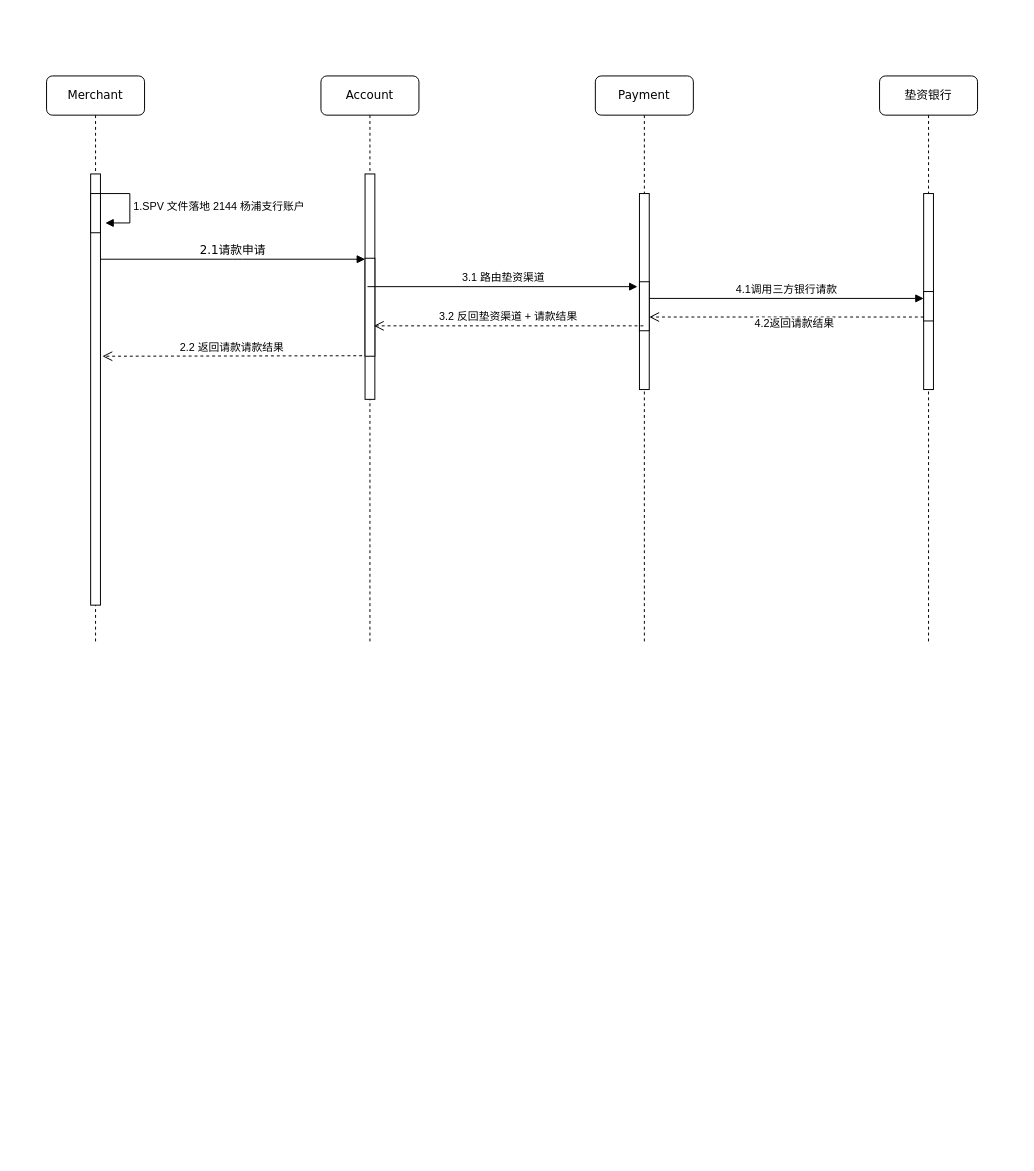
Before: 北京银行垫资调整.drawio in cuiqian-006/drawio, a draw.io diagram. Source tidied: cells renumbered, new cells numbered last; positions are measured from the earlier drawing's top-left corner, leaving out a move shared by most shapes. Both pictures are drawn from the tidied source at 98%, with x=0, y=0 at pixel (46, 75).
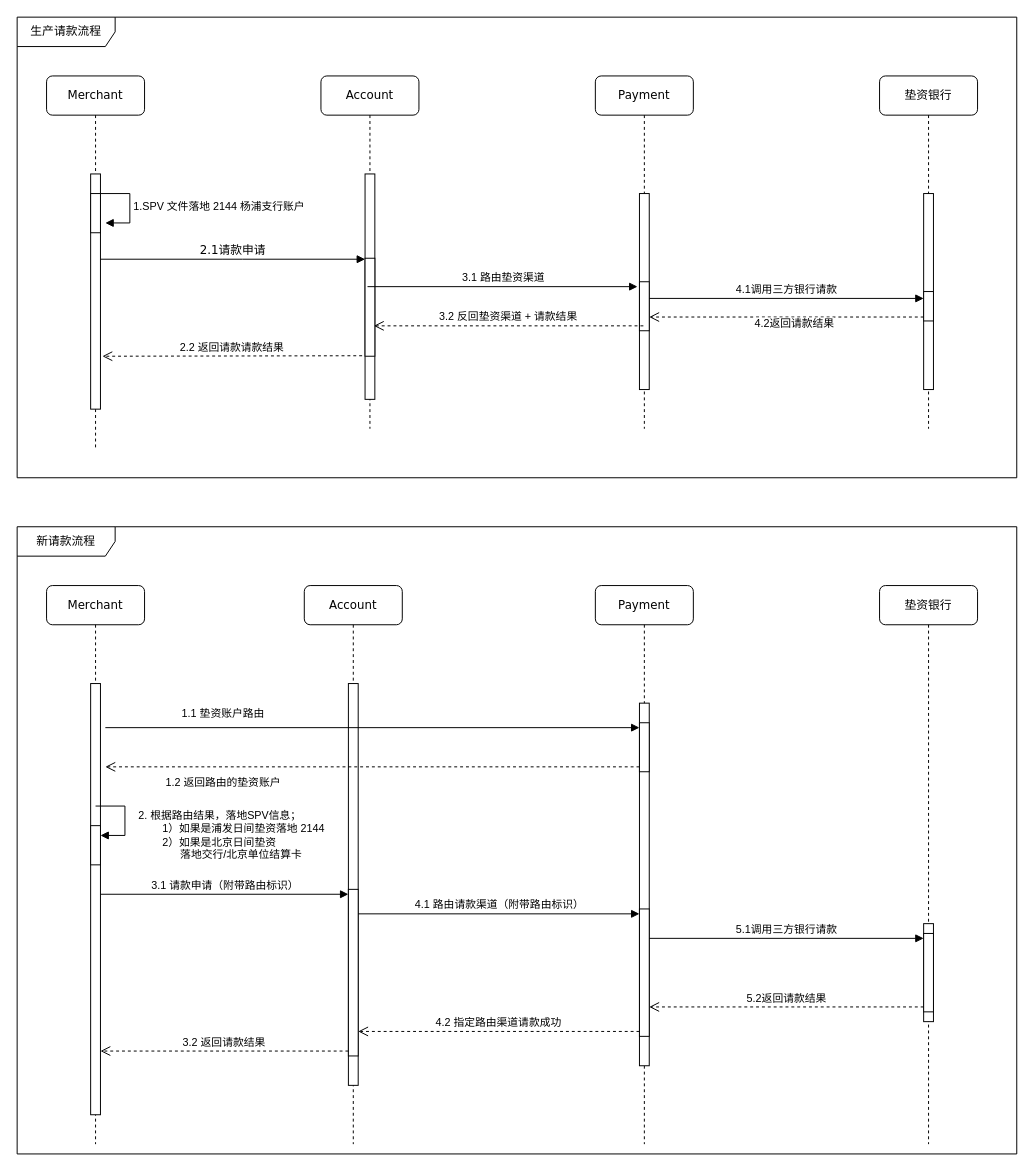
The same page after the edit.

Commit message (it also covers changes not shown here):
更新北京银行垫资调整.drawio

Diff of the diagram source:
```diff
@@
     <mxCell id="2" value="Account" style="shape=umlLifeline;perimeter=lifelinePerimeter;whiteSpace=wrap;html=1;rounded=1;shadow=0;comic=0;labelBackgroundColor=none;strokeWidth=1;fontFamily=Verdana;fontSize=12;align=center;" parent="1" vertex="1">
-      <mxGeometry x="280" width="100" height="580" as="geometry" />
+      <mxGeometry x="280" width="100" height="360" as="geometry" />
     </mxCell>
@@
     <mxCell id="5" value="Payment" style="shape=umlLifeline;perimeter=lifelinePerimeter;whiteSpace=wrap;html=1;rounded=1;shadow=0;comic=0;labelBackgroundColor=none;strokeWidth=1;fontFamily=Verdana;fontSize=12;align=center;" parent="1" vertex="1">
-      <mxGeometry x="560" width="100" height="580" as="geometry" />
+      <mxGeometry x="560" width="100" height="360" as="geometry" />
     </mxCell>
@@
     <mxCell id="8" value="Merchant" style="shape=umlLifeline;perimeter=lifelinePerimeter;whiteSpace=wrap;html=1;rounded=1;shadow=0;comic=0;labelBackgroundColor=none;strokeWidth=1;fontFamily=Verdana;fontSize=12;align=center;" parent="1" vertex="1">
-      <mxGeometry width="100" height="580" as="geometry" />
+      <mxGeometry width="100" height="380" as="geometry" />
     </mxCell>
     <mxCell id="9" style="html=1;perimeter=orthogonalPerimeter;rounded=0;shadow=0;comic=0;labelBackgroundColor=none;strokeWidth=1;fontFamily=Verdana;fontSize=12;align=center;" parent="8" vertex="1">
-      <mxGeometry x="45" y="100" width="10" height="440" as="geometry" />
+      <mxGeometry x="45" y="100" width="10" height="240" as="geometry" />
     </mxCell>
@@
     <mxCell id="16" value="垫资银行" style="shape=umlLifeline;perimeter=lifelinePerimeter;whiteSpace=wrap;html=1;rounded=1;shadow=0;comic=0;labelBackgroundColor=none;strokeWidth=1;fontFamily=Verdana;fontSize=12;align=center;" parent="1" vertex="1">
-      <mxGeometry x="850" width="100" height="580" as="geometry" />
+      <mxGeometry x="850" width="100" height="360" as="geometry" />
     </mxCell>
@@
+    <mxCell id="21" value="生产请款流程" style="shape=umlFrame;whiteSpace=wrap;html=1;width=100;height=30;" parent="1" vertex="1">
+      <mxGeometry x="-30" y="-60" width="1020" height="470" as="geometry" />
+    </mxCell>
+    <mxCell id="22" value="Account" style="shape=umlLifeline;perimeter=lifelinePerimeter;whiteSpace=wrap;html=1;rounded=1;shadow=0;comic=0;labelBackgroundColor=none;strokeWidth=1;fontFamily=Verdana;fontSize=12;align=center;" parent="1" vertex="1">
+      <mxGeometry x="263" y="520" width="100" height="570" as="geometry" />
+    </mxCell>
+    <mxCell id="23" style="html=1;perimeter=orthogonalPerimeter;rounded=0;shadow=0;comic=0;labelBackgroundColor=none;strokeWidth=1;fontFamily=Verdana;fontSize=12;align=center;" parent="22" vertex="1">
+      <mxGeometry x="45" y="100" width="10" height="410" as="geometry" />
+    </mxCell>
+    <mxCell id="24" value="Payment" style="shape=umlLifeline;perimeter=lifelinePerimeter;whiteSpace=wrap;html=1;rounded=1;shadow=0;comic=0;labelBackgroundColor=none;strokeWidth=1;fontFamily=Verdana;fontSize=12;align=center;" parent="1" vertex="1">
+      <mxGeometry x="560" y="520" width="100" height="570" as="geometry" />
+    </mxCell>
+    <mxCell id="25" style="html=1;perimeter=orthogonalPerimeter;rounded=0;shadow=0;comic=0;labelBackgroundColor=none;strokeWidth=1;fontFamily=Verdana;fontSize=12;align=center;" parent="24" vertex="1">
+      <mxGeometry x="45" y="120" width="10" height="370" as="geometry" />
+    </mxCell>
+    <mxCell id="26" value="Merchant" style="shape=umlLifeline;perimeter=lifelinePerimeter;whiteSpace=wrap;html=1;rounded=1;shadow=0;comic=0;labelBackgroundColor=none;strokeWidth=1;fontFamily=Verdana;fontSize=12;align=center;" parent="1" vertex="1">
+      <mxGeometry y="520" width="100" height="570" as="geometry" />
+    </mxCell>
+    <mxCell id="27" style="html=1;points=[];perimeter=orthogonalPerimeter;rounded=0;shadow=0;comic=0;labelBackgroundColor=none;strokeWidth=1;fontFamily=Verdana;fontSize=12;align=center;" parent="26" vertex="1">
+      <mxGeometry x="45" y="100" width="10" height="440" as="geometry" />
+    </mxCell>
+    <mxCell id="28" value="垫资银行" style="shape=umlLifeline;perimeter=lifelinePerimeter;whiteSpace=wrap;html=1;rounded=1;shadow=0;comic=0;labelBackgroundColor=none;strokeWidth=1;fontFamily=Verdana;fontSize=12;align=center;" parent="1" vertex="1">
+      <mxGeometry x="850" y="520" width="100" height="570" as="geometry" />
+    </mxCell>
+    <mxCell id="29" style="html=1;perimeter=orthogonalPerimeter;rounded=0;shadow=0;comic=0;labelBackgroundColor=none;strokeWidth=1;fontFamily=Verdana;fontSize=12;align=center;" parent="28" vertex="1">
+      <mxGeometry x="45" y="345" width="10" height="100" as="geometry" />
+    </mxCell>
+    <mxCell id="30" value="新请款流程" style="shape=umlFrame;whiteSpace=wrap;html=1;width=100;height=30;" parent="1" vertex="1">
+      <mxGeometry x="-30" y="460" width="1020" height="640" as="geometry" />
+    </mxCell>
+    <mxCell id="31" style="html=1;points=[[0,0,0,0,5],[0,1,0,0,-5],[1,0,0,0,5],[1,1,0,0,-5]];perimeter=orthogonalPerimeter;outlineConnect=0;targetShapes=umlLifeline;portConstraint=eastwest;newEdgeStyle={&quot;curved&quot;:0,&quot;rounded&quot;:0};" parent="1" vertex="1">
+      <mxGeometry x="605" y="660" width="10" height="50" as="geometry" />
+    </mxCell>
+    <mxCell id="32" value="1.1 垫资账户路由" style="html=1;verticalAlign=bottom;endArrow=block;curved=0;rounded=0;entryX=0;entryY=0;entryDx=0;entryDy=5;" parent="1" edge="1" target="31">
+      <mxGeometry x="-0.56" y="5" relative="1" as="geometry">
+        <mxPoint x="60" y="665" as="sourcePoint" />
+      </mxGeometry>
+    </mxCell>
+    <mxCell id="33" value="1.2 返回路由的垫资账户" style="html=1;verticalAlign=bottom;endArrow=open;dashed=1;endSize=8;curved=0;rounded=0;exitX=0;exitY=1;exitDx=0;exitDy=-5;" parent="1" edge="1" source="31">
+      <mxGeometry x="0.56" y="25" relative="1" as="geometry">
+        <mxPoint x="60" y="705" as="targetPoint" />
+      </mxGeometry>
+    </mxCell>
+    <mxCell id="34" style="html=1;points=[[0,0,0,0,5],[0,1,0,0,-5],[1,0,0,0,5],[1,1,0,0,-5]];perimeter=orthogonalPerimeter;outlineConnect=0;targetShapes=umlLifeline;portConstraint=eastwest;newEdgeStyle={&quot;curved&quot;:0,&quot;rounded&quot;:0};" parent="1" vertex="1">
+      <mxGeometry x="45" y="765" width="10" height="40" as="geometry" />
+    </mxCell>
+    <mxCell id="35" value="2. 根据路由结果，落地SPV信息；&lt;br&gt;&lt;span style=&quot;white-space: pre;&quot;&gt;&#9;&lt;/span&gt;1）如果是浦发日间垫资落地 2144&lt;br&gt;&lt;span style=&quot;white-space: pre;&quot;&gt;&#9;&lt;/span&gt;2）如果是北京日间垫资&lt;br&gt;&lt;span style=&quot;white-space: pre;&quot;&gt;&#9;&lt;/span&gt;&amp;nbsp; &amp;nbsp; &amp;nbsp; 落地交行/北京单位结算卡" style="html=1;align=left;spacingLeft=2;endArrow=block;rounded=0;edgeStyle=orthogonalEdgeStyle;curved=0;rounded=0;" parent="1" edge="1" target="34">
+      <mxGeometry x="0.41" y="-10" relative="1" as="geometry">
+        <mxPoint x="50" y="745" as="sourcePoint" />
+        <Array as="points">
+          <mxPoint x="80" y="775" />
+        </Array>
+        <mxPoint x="10" y="10" as="offset" />
+      </mxGeometry>
+    </mxCell>
+    <mxCell id="36" style="html=1;points=[[0,0,0,0,5],[0,1,0,0,-5],[1,0,0,0,5],[1,1,0,0,-5]];perimeter=orthogonalPerimeter;outlineConnect=0;targetShapes=umlLifeline;portConstraint=eastwest;newEdgeStyle={&quot;curved&quot;:0,&quot;rounded&quot;:0};" parent="1" vertex="1">
+      <mxGeometry x="308" y="830" width="10" height="170" as="geometry" />
+    </mxCell>
+    <mxCell id="37" value="3.1 请款申请（附带路由标识）" style="html=1;verticalAlign=bottom;endArrow=block;curved=0;rounded=0;entryX=0;entryY=0;entryDx=0;entryDy=5;" parent="1" edge="1" source="27" target="36">
+      <mxGeometry relative="1" as="geometry" />
+    </mxCell>
+    <mxCell id="38" value="3.2 返回请款结果" style="html=1;verticalAlign=bottom;endArrow=open;dashed=1;endSize=8;curved=0;rounded=0;exitX=0;exitY=1;exitDx=0;exitDy=-5;" parent="1" edge="1" source="36" target="27">
+      <mxGeometry relative="1" as="geometry" />
+    </mxCell>
+    <mxCell id="39" style="html=1;points=[[0,0,0,0,5],[0,1,0,0,-5],[1,0,0,0,5],[1,1,0,0,-5]];perimeter=orthogonalPerimeter;outlineConnect=0;targetShapes=umlLifeline;portConstraint=eastwest;newEdgeStyle={&quot;curved&quot;:0,&quot;rounded&quot;:0};" parent="1" vertex="1">
+      <mxGeometry x="605" y="850" width="10" height="130" as="geometry" />
+    </mxCell>
+    <mxCell id="40" value="4.1 路由请款渠道（附带路由标识）" style="html=1;verticalAlign=bottom;endArrow=block;curved=0;rounded=0;entryX=0;entryY=0;entryDx=0;entryDy=5;" parent="1" edge="1" source="36" target="39">
+      <mxGeometry relative="1" as="geometry" />
+    </mxCell>
+    <mxCell id="41" value="4.2 指定路由渠道请款成功" style="html=1;verticalAlign=bottom;endArrow=open;dashed=1;endSize=8;curved=0;rounded=0;exitX=0;exitY=1;exitDx=0;exitDy=-5;" parent="1" edge="1" source="39" target="36">
+      <mxGeometry relative="1" as="geometry" />
+    </mxCell>
+    <mxCell id="42" style="html=1;points=[[0,0,0,0,5],[0,1,0,0,-5],[1,0,0,0,5],[1,1,0,0,-5]];perimeter=orthogonalPerimeter;outlineConnect=0;targetShapes=umlLifeline;portConstraint=eastwest;newEdgeStyle={&quot;curved&quot;:0,&quot;rounded&quot;:0};" parent="1" vertex="1">
+      <mxGeometry x="895" y="875" width="10" height="80" as="geometry" />
+    </mxCell>
+    <mxCell id="43" value="5.1调用三方银行请款" style="html=1;verticalAlign=bottom;endArrow=block;curved=0;rounded=0;entryX=0;entryY=0;entryDx=0;entryDy=5;" parent="1" edge="1" source="39" target="42">
+      <mxGeometry relative="1" as="geometry" />
+    </mxCell>
+    <mxCell id="44" value="5.2返回请款结果" style="html=1;verticalAlign=bottom;endArrow=open;dashed=1;endSize=8;curved=0;rounded=0;exitX=0;exitY=1;exitDx=0;exitDy=-5;" parent="1" edge="1" source="42" target="39">
+      <mxGeometry relative="1" as="geometry" />
+    </mxCell>
```
